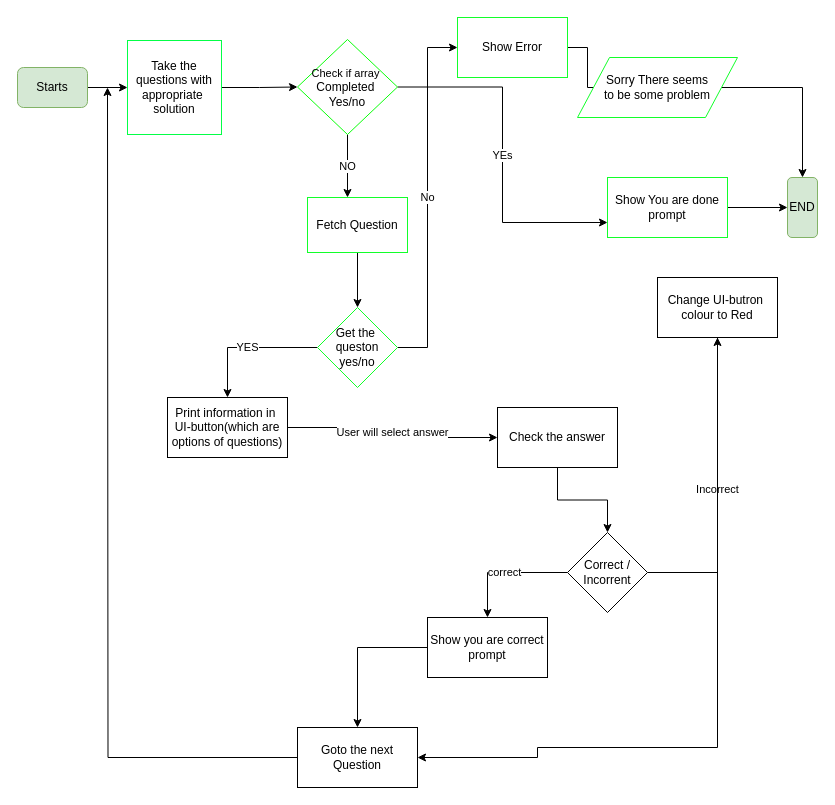
Before: Quizzler.drawio in tmnabeel30/Quizzlerr, a draw.io diagram. Source tidied: cells renumbered, new cells numbered last; positions are measured from the earlier drawing's top-left corner, leaving out a move shared by most shapes. Both pictures are drawn from the tidied source at 100%, with x=0, y=0 at pixel (17, 17).
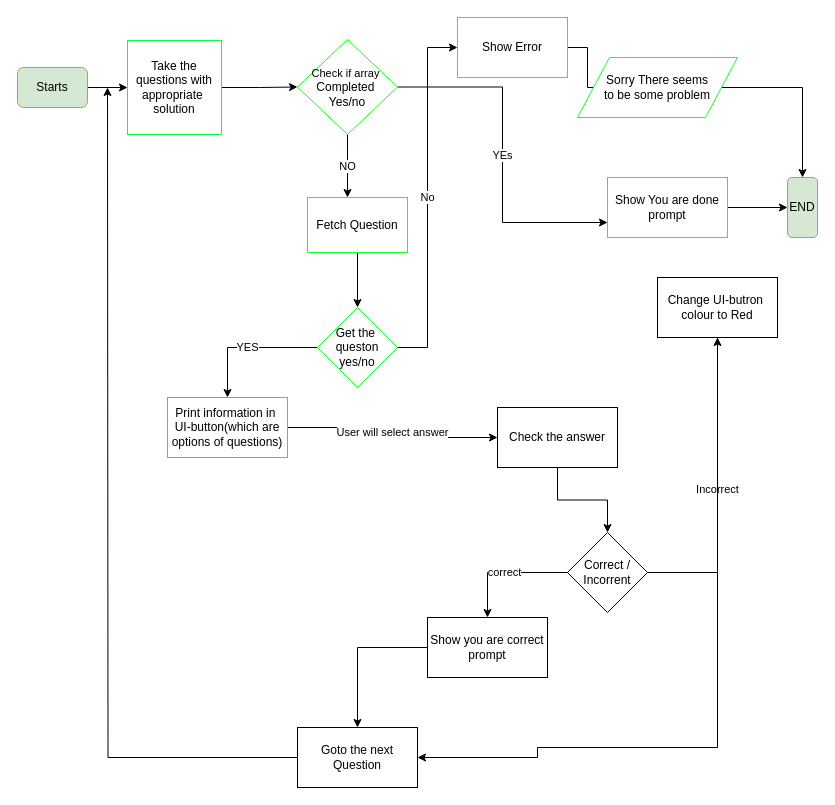
The same diagram, later.

Commit message (it also covers changes not shown here):
shows options

Change to the diagram source:
```diff
@@
-    <mxCell id="14" value="Print information in&amp;nbsp;&lt;br&gt;UI-button(which are options of questions)" style="rounded=0;whiteSpace=wrap;html=1;" parent="1" vertex="1">
+    <mxCell id="14" value="Print information in&amp;nbsp;&lt;br&gt;UI-button(which are options of questions)" style="rounded=0;whiteSpace=wrap;html=1;strokeColor=#08FF10;" parent="1" vertex="1">
       <mxGeometry x="150" y="380" width="120" height="60" as="geometry" />
     </mxCell>
```
